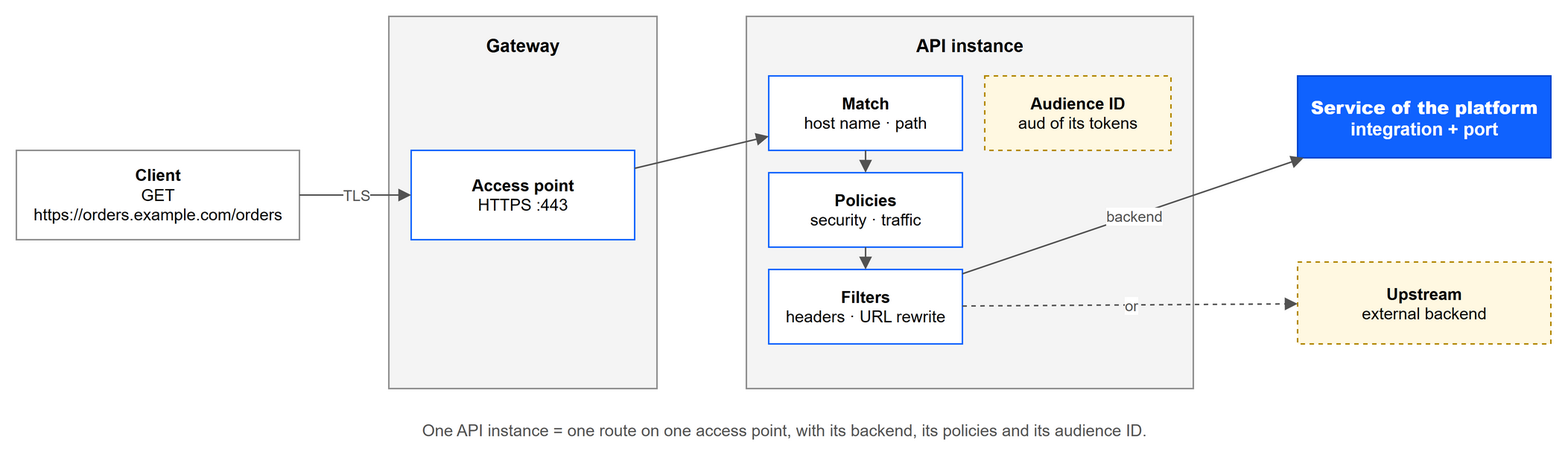
cml-x/docs keeps this draw.io diagram as static/img/api-manager/api-instance.drawio.png. Above is the earlier version. Source tidied: cells renumbered, new cells last; positions are measured from the earlier drawing's top-left corner, leaving out a move shared by most shapes. Its diagram source:
```xml
<mxGraphModel>
  <root>
    <mxCell id="0" />
    <mxCell id="1" parent="0" />
    <mxCell id="2" value="&lt;b&gt;Client&lt;/b&gt;&lt;br&gt;GET https://orders.example.com/orders" style="rounded=0;whiteSpace=wrap;html=1;fillColor=#ffffff;strokeColor=#8d8d8d;fontSize=11;" parent="1" vertex="1">
      <mxGeometry y="90" width="190" height="60" as="geometry" />
    </mxCell>
    <mxCell id="3" value="Gateway" style="rounded=0;whiteSpace=wrap;html=1;fillColor=#f4f4f4;strokeColor=#8d8d8d;verticalAlign=top;fontSize=12;fontStyle=1;spacingTop=6;" parent="1" vertex="1">
      <mxGeometry x="250" width="180" height="250" as="geometry" />
    </mxCell>
    <mxCell id="4" value="&lt;b&gt;Access point&lt;/b&gt;&lt;br&gt;HTTPS :443" style="rounded=0;whiteSpace=wrap;html=1;fillColor=#ffffff;strokeColor=#0f62fe;fontSize=11;" parent="1" vertex="1">
      <mxGeometry x="265" y="90" width="150" height="60" as="geometry" />
    </mxCell>
    <mxCell id="5" value="API instance" style="rounded=0;whiteSpace=wrap;html=1;fillColor=#f4f4f4;strokeColor=#8d8d8d;verticalAlign=top;fontSize=12;fontStyle=1;spacingTop=6;" parent="1" vertex="1">
      <mxGeometry x="490" width="300" height="250" as="geometry" />
    </mxCell>
    <mxCell id="6" value="&lt;b&gt;Match&lt;/b&gt;&lt;br&gt;host name · path" style="rounded=0;whiteSpace=wrap;html=1;fillColor=#ffffff;strokeColor=#0f62fe;fontSize=11;" parent="1" vertex="1">
      <mxGeometry x="505" y="40" width="130" height="50" as="geometry" />
    </mxCell>
    <mxCell id="7" value="&lt;b&gt;Policies&lt;/b&gt;&lt;br&gt;security · traffic" style="rounded=0;whiteSpace=wrap;html=1;fillColor=#ffffff;strokeColor=#0f62fe;fontSize=11;" parent="1" vertex="1">
      <mxGeometry x="505" y="105" width="130" height="50" as="geometry" />
    </mxCell>
    <mxCell id="8" value="&lt;b&gt;Filters&lt;/b&gt;&lt;br&gt;headers · URL rewrite" style="rounded=0;whiteSpace=wrap;html=1;fillColor=#ffffff;strokeColor=#0f62fe;fontSize=11;" parent="1" vertex="1">
      <mxGeometry x="505" y="170" width="130" height="50" as="geometry" />
    </mxCell>
    <mxCell id="9" value="&lt;b&gt;Audience ID&lt;/b&gt;&lt;br&gt;aud of its tokens" style="rounded=0;whiteSpace=wrap;html=1;fillColor=#fff8e1;strokeColor=#b28600;fontSize=11;dashed=1;" parent="1" vertex="1">
      <mxGeometry x="650" y="40" width="125" height="50" as="geometry" />
    </mxCell>
    <mxCell id="10" value="&lt;b&gt;Service of the platform&lt;/b&gt;&lt;br&gt;integration + port" style="rounded=0;whiteSpace=wrap;html=1;fillColor=#0f62fe;strokeColor=#0043ce;fontColor=#ffffff;fontSize=12;fontStyle=1;" parent="1" vertex="1">
      <mxGeometry x="860" y="40" width="170" height="55" as="geometry" />
    </mxCell>
    <mxCell id="11" value="&lt;b&gt;Upstream&lt;/b&gt;&lt;br&gt;external backend" style="rounded=0;whiteSpace=wrap;html=1;fillColor=#fff8e1;strokeColor=#b28600;fontSize=11;dashed=1;" parent="1" vertex="1">
      <mxGeometry x="860" y="165" width="170" height="55" as="geometry" />
    </mxCell>
    <mxCell id="12" value="TLS" style="endArrow=block;html=1;rounded=0;strokeColor=#525252;fontSize=10;fontColor=#525252;labelBackgroundColor=#ffffff;" parent="1" edge="1" source="2" target="4">
      <mxGeometry relative="1" as="geometry" />
    </mxCell>
    <mxCell id="13" style="endArrow=block;html=1;rounded=0;strokeColor=#525252;fontSize=10;fontColor=#525252;labelBackgroundColor=#ffffff;" parent="1" edge="1" source="4" target="6">
      <mxGeometry relative="1" as="geometry" />
    </mxCell>
    <mxCell id="14" style="endArrow=block;html=1;rounded=0;strokeColor=#525252;fontSize=10;fontColor=#525252;labelBackgroundColor=#ffffff;" parent="1" edge="1" source="6" target="7">
      <mxGeometry relative="1" as="geometry" />
    </mxCell>
    <mxCell id="15" style="endArrow=block;html=1;rounded=0;strokeColor=#525252;fontSize=10;fontColor=#525252;labelBackgroundColor=#ffffff;" parent="1" edge="1" source="7" target="8">
      <mxGeometry relative="1" as="geometry" />
    </mxCell>
    <mxCell id="16" value="backend" style="endArrow=block;html=1;rounded=0;strokeColor=#525252;fontSize=10;fontColor=#525252;labelBackgroundColor=#ffffff;" parent="1" edge="1" source="8" target="10">
      <mxGeometry relative="1" as="geometry" />
    </mxCell>
    <mxCell id="17" value="or" style="endArrow=block;html=1;rounded=0;strokeColor=#525252;fontSize=10;fontColor=#525252;labelBackgroundColor=#ffffff;dashed=1;" parent="1" edge="1" source="8" target="11">
      <mxGeometry relative="1" as="geometry" />
    </mxCell>
    <mxCell id="18" value="One API instance = one route on one access point, with its backend, its policies and its audience ID." style="text;html=1;align=center;verticalAlign=middle;fontSize=11;fontColor=#525252;" parent="1" vertex="1">
      <mxGeometry y="265" width="1030" height="26" as="geometry" />
    </mxCell>
  </root>
</mxGraphModel>
```
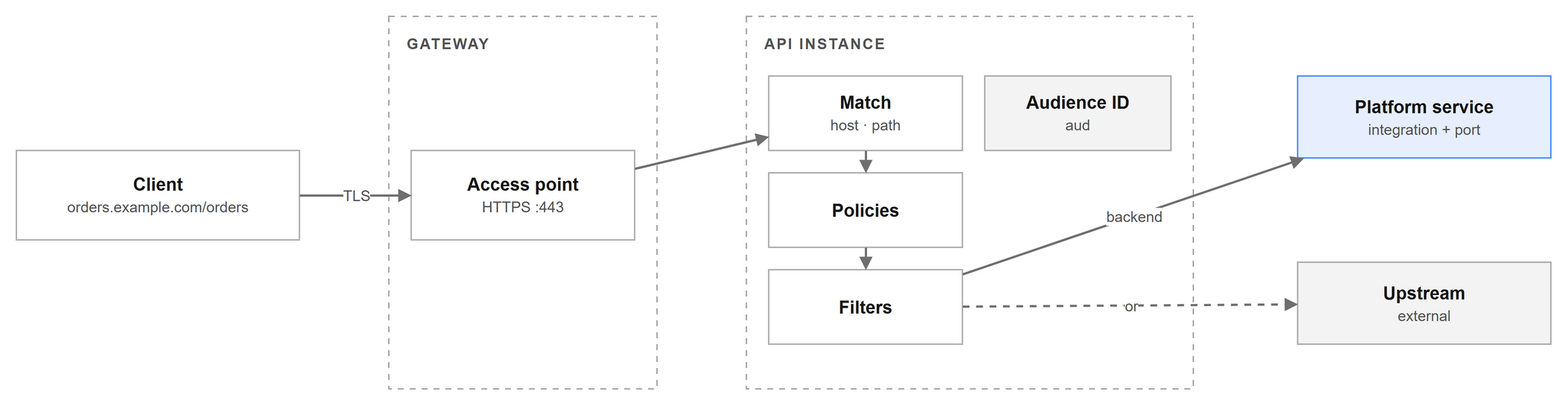
Later version of the same file.

What changed in the source:
```diff
@@ -1,57 +1,54 @@
-<mxGraphModel>
+<mxGraphModel background="#FFFFFF">
   <root>
     <mxCell id="0" />
     <mxCell id="1" parent="0" />
-    <mxCell id="2" value="&lt;b&gt;Client&lt;/b&gt;&lt;br&gt;GET https://orders.example.com/orders" style="rounded=0;whiteSpace=wrap;html=1;fillColor=#ffffff;strokeColor=#8d8d8d;fontSize=11;" parent="1" vertex="1">
+    <mxCell id="2" value="&lt;b&gt;Client&lt;/b&gt;&lt;br&gt;&lt;span style=&quot;font-size:10px;color:#525252&quot;&gt;orders.example.com/orders&lt;/span&gt;" style="rounded=0;whiteSpace=wrap;html=1;strokeWidth=1;fontColor=#161616;fontSize=12;fillColor=none;strokeColor=#8D8D8D;strokeOpacity=70;" parent="1" vertex="1">
       <mxGeometry y="90" width="190" height="60" as="geometry" />
     </mxCell>
-    <mxCell id="3" value="Gateway" style="rounded=0;whiteSpace=wrap;html=1;fillColor=#f4f4f4;strokeColor=#8d8d8d;verticalAlign=top;fontSize=12;fontStyle=1;spacingTop=6;" parent="1" vertex="1">
+    <mxCell id="3" value="&lt;span style=&quot;font-size:10px;color:#525252;letter-spacing:1px&quot;&gt;&lt;b&gt;GATEWAY&lt;/b&gt;&lt;/span&gt;" style="rounded=0;whiteSpace=wrap;html=1;strokeWidth=1;fontColor=#161616;fontSize=12;fillColor=none;strokeColor=#A8A8A8;dashed=1;dashPattern=4 4;verticalAlign=top;align=left;spacingLeft=10;spacingTop=4;" parent="1" vertex="1">
       <mxGeometry x="250" width="180" height="250" as="geometry" />
     </mxCell>
-    <mxCell id="4" value="&lt;b&gt;Access point&lt;/b&gt;&lt;br&gt;HTTPS :443" style="rounded=0;whiteSpace=wrap;html=1;fillColor=#ffffff;strokeColor=#0f62fe;fontSize=11;" parent="1" vertex="1">
+    <mxCell id="4" value="&lt;b&gt;Access point&lt;/b&gt;&lt;br&gt;&lt;span style=&quot;font-size:10px;color:#525252&quot;&gt;HTTPS :443&lt;/span&gt;" style="rounded=0;whiteSpace=wrap;html=1;strokeWidth=1;fontColor=#161616;fontSize=12;fillColor=none;strokeColor=#8D8D8D;strokeOpacity=70;" parent="1" vertex="1">
       <mxGeometry x="265" y="90" width="150" height="60" as="geometry" />
     </mxCell>
-    <mxCell id="5" value="API instance" style="rounded=0;whiteSpace=wrap;html=1;fillColor=#f4f4f4;strokeColor=#8d8d8d;verticalAlign=top;fontSize=12;fontStyle=1;spacingTop=6;" parent="1" vertex="1">
+    <mxCell id="5" value="&lt;span style=&quot;font-size:10px;color:#525252;letter-spacing:1px&quot;&gt;&lt;b&gt;API INSTANCE&lt;/b&gt;&lt;/span&gt;" style="rounded=0;whiteSpace=wrap;html=1;strokeWidth=1;fontColor=#161616;fontSize=12;fillColor=none;strokeColor=#A8A8A8;dashed=1;dashPattern=4 4;verticalAlign=top;align=left;spacingLeft=10;spacingTop=4;" parent="1" vertex="1">
       <mxGeometry x="490" width="300" height="250" as="geometry" />
     </mxCell>
-    <mxCell id="6" value="&lt;b&gt;Match&lt;/b&gt;&lt;br&gt;host name · path" style="rounded=0;whiteSpace=wrap;html=1;fillColor=#ffffff;strokeColor=#0f62fe;fontSize=11;" parent="1" vertex="1">
+    <mxCell id="6" value="&lt;b&gt;Match&lt;/b&gt;&lt;br&gt;&lt;span style=&quot;font-size:10px;color:#525252&quot;&gt;host · path&lt;/span&gt;" style="rounded=0;whiteSpace=wrap;html=1;strokeWidth=1;fontColor=#161616;fontSize=12;fillColor=none;strokeColor=#8D8D8D;strokeOpacity=70;" parent="1" vertex="1">
       <mxGeometry x="505" y="40" width="130" height="50" as="geometry" />
     </mxCell>
-    <mxCell id="7" value="&lt;b&gt;Policies&lt;/b&gt;&lt;br&gt;security · traffic" style="rounded=0;whiteSpace=wrap;html=1;fillColor=#ffffff;strokeColor=#0f62fe;fontSize=11;" parent="1" vertex="1">
+    <mxCell id="7" value="&lt;b&gt;Policies&lt;/b&gt;" style="rounded=0;whiteSpace=wrap;html=1;strokeWidth=1;fontColor=#161616;fontSize=12;fillColor=none;strokeColor=#8D8D8D;strokeOpacity=70;" parent="1" vertex="1">
       <mxGeometry x="505" y="105" width="130" height="50" as="geometry" />
     </mxCell>
-    <mxCell id="8" value="&lt;b&gt;Filters&lt;/b&gt;&lt;br&gt;headers · URL rewrite" style="rounded=0;whiteSpace=wrap;html=1;fillColor=#ffffff;strokeColor=#0f62fe;fontSize=11;" parent="1" vertex="1">
+    <mxCell id="8" value="&lt;b&gt;Filters&lt;/b&gt;" style="rounded=0;whiteSpace=wrap;html=1;strokeWidth=1;fontColor=#161616;fontSize=12;fillColor=none;strokeColor=#8D8D8D;strokeOpacity=70;" parent="1" vertex="1">
       <mxGeometry x="505" y="170" width="130" height="50" as="geometry" />
     </mxCell>
-    <mxCell id="9" value="&lt;b&gt;Audience ID&lt;/b&gt;&lt;br&gt;aud of its tokens" style="rounded=0;whiteSpace=wrap;html=1;fillColor=#fff8e1;strokeColor=#b28600;fontSize=11;dashed=1;" parent="1" vertex="1">
+    <mxCell id="9" value="&lt;b&gt;Audience ID&lt;/b&gt;&lt;br&gt;&lt;span style=&quot;font-size:10px;color:#525252&quot;&gt;aud&lt;/span&gt;" style="rounded=0;whiteSpace=wrap;html=1;strokeWidth=1;fontColor=#161616;fontSize=12;fillColor=#161616;fillOpacity=5;strokeColor=#8D8D8D;strokeOpacity=70;" parent="1" vertex="1">
       <mxGeometry x="650" y="40" width="125" height="50" as="geometry" />
     </mxCell>
-    <mxCell id="10" value="&lt;b&gt;Service of the platform&lt;/b&gt;&lt;br&gt;integration + port" style="rounded=0;whiteSpace=wrap;html=1;fillColor=#0f62fe;strokeColor=#0043ce;fontColor=#ffffff;fontSize=12;fontStyle=1;" parent="1" vertex="1">
+    <mxCell id="10" value="&lt;b&gt;Platform service&lt;/b&gt;&lt;br&gt;&lt;span style=&quot;font-size:10px;color:#525252&quot;&gt;integration + port&lt;/span&gt;" style="rounded=0;whiteSpace=wrap;html=1;strokeWidth=1;fontColor=#161616;fontSize=12;fillColor=#0F62FE;fillOpacity=10;strokeColor=#0F62FE;strokeOpacity=70;" parent="1" vertex="1">
       <mxGeometry x="860" y="40" width="170" height="55" as="geometry" />
     </mxCell>
-    <mxCell id="11" value="&lt;b&gt;Upstream&lt;/b&gt;&lt;br&gt;external backend" style="rounded=0;whiteSpace=wrap;html=1;fillColor=#fff8e1;strokeColor=#b28600;fontSize=11;dashed=1;" parent="1" vertex="1">
+    <mxCell id="11" value="&lt;b&gt;Upstream&lt;/b&gt;&lt;br&gt;&lt;span style=&quot;font-size:10px;color:#525252&quot;&gt;external&lt;/span&gt;" style="rounded=0;whiteSpace=wrap;html=1;strokeWidth=1;fontColor=#161616;fontSize=12;fillColor=#161616;fillOpacity=5;strokeColor=#8D8D8D;strokeOpacity=70;" parent="1" vertex="1">
       <mxGeometry x="860" y="165" width="170" height="55" as="geometry" />
     </mxCell>
-    <mxCell id="12" value="TLS" style="endArrow=block;html=1;rounded=0;strokeColor=#525252;fontSize=10;fontColor=#525252;labelBackgroundColor=#ffffff;" parent="1" edge="1" source="2" target="4">
+    <mxCell id="12" value="TLS" style="endArrow=block;html=1;rounded=0;strokeColor=#6F6F6F;fontSize=10;fontColor=#525252;labelBackgroundColor=#FFFFFF;strokeWidth=1.5;endSize=5;" parent="1" edge="1" source="2" target="4">
       <mxGeometry relative="1" as="geometry" />
     </mxCell>
-    <mxCell id="13" style="endArrow=block;html=1;rounded=0;strokeColor=#525252;fontSize=10;fontColor=#525252;labelBackgroundColor=#ffffff;" parent="1" edge="1" source="4" target="6">
+    <mxCell id="13" style="endArrow=block;html=1;rounded=0;strokeColor=#6F6F6F;fontSize=10;fontColor=#525252;labelBackgroundColor=#FFFFFF;strokeWidth=1.5;endSize=5;" parent="1" edge="1" source="4" target="6">
       <mxGeometry relative="1" as="geometry" />
     </mxCell>
-    <mxCell id="14" style="endArrow=block;html=1;rounded=0;strokeColor=#525252;fontSize=10;fontColor=#525252;labelBackgroundColor=#ffffff;" parent="1" edge="1" source="6" target="7">
+    <mxCell id="14" style="endArrow=block;html=1;rounded=0;strokeColor=#6F6F6F;fontSize=10;fontColor=#525252;labelBackgroundColor=#FFFFFF;strokeWidth=1.5;endSize=5;" parent="1" edge="1" source="6" target="7">
       <mxGeometry relative="1" as="geometry" />
     </mxCell>
-    <mxCell id="15" style="endArrow=block;html=1;rounded=0;strokeColor=#525252;fontSize=10;fontColor=#525252;labelBackgroundColor=#ffffff;" parent="1" edge="1" source="7" target="8">
+    <mxCell id="15" style="endArrow=block;html=1;rounded=0;strokeColor=#6F6F6F;fontSize=10;fontColor=#525252;labelBackgroundColor=#FFFFFF;strokeWidth=1.5;endSize=5;" parent="1" edge="1" source="7" target="8">
       <mxGeometry relative="1" as="geometry" />
     </mxCell>
-    <mxCell id="16" value="backend" style="endArrow=block;html=1;rounded=0;strokeColor=#525252;fontSize=10;fontColor=#525252;labelBackgroundColor=#ffffff;" parent="1" edge="1" source="8" target="10">
+    <mxCell id="16" value="backend" style="endArrow=block;html=1;rounded=0;strokeColor=#6F6F6F;fontSize=10;fontColor=#525252;labelBackgroundColor=#FFFFFF;strokeWidth=1.5;endSize=5;" parent="1" edge="1" source="8" target="10">
       <mxGeometry relative="1" as="geometry" />
     </mxCell>
-    <mxCell id="17" value="or" style="endArrow=block;html=1;rounded=0;strokeColor=#525252;fontSize=10;fontColor=#525252;labelBackgroundColor=#ffffff;dashed=1;" parent="1" edge="1" source="8" target="11">
+    <mxCell id="17" value="or" style="endArrow=block;html=1;rounded=0;strokeColor=#6F6F6F;fontSize=10;fontColor=#525252;labelBackgroundColor=#FFFFFF;dashed=1;strokeWidth=1.5;endSize=5;" parent="1" edge="1" source="8" target="11">
       <mxGeometry relative="1" as="geometry" />
     </mxCell>
-    <mxCell id="18" value="One API instance = one route on one access point, with its backend, its policies and its audience ID." style="text;html=1;align=center;verticalAlign=middle;fontSize=11;fontColor=#525252;" parent="1" vertex="1">
-      <mxGeometry y="265" width="1030" height="26" as="geometry" />
-    </mxCell>
   </root>
 </mxGraphModel>
```
